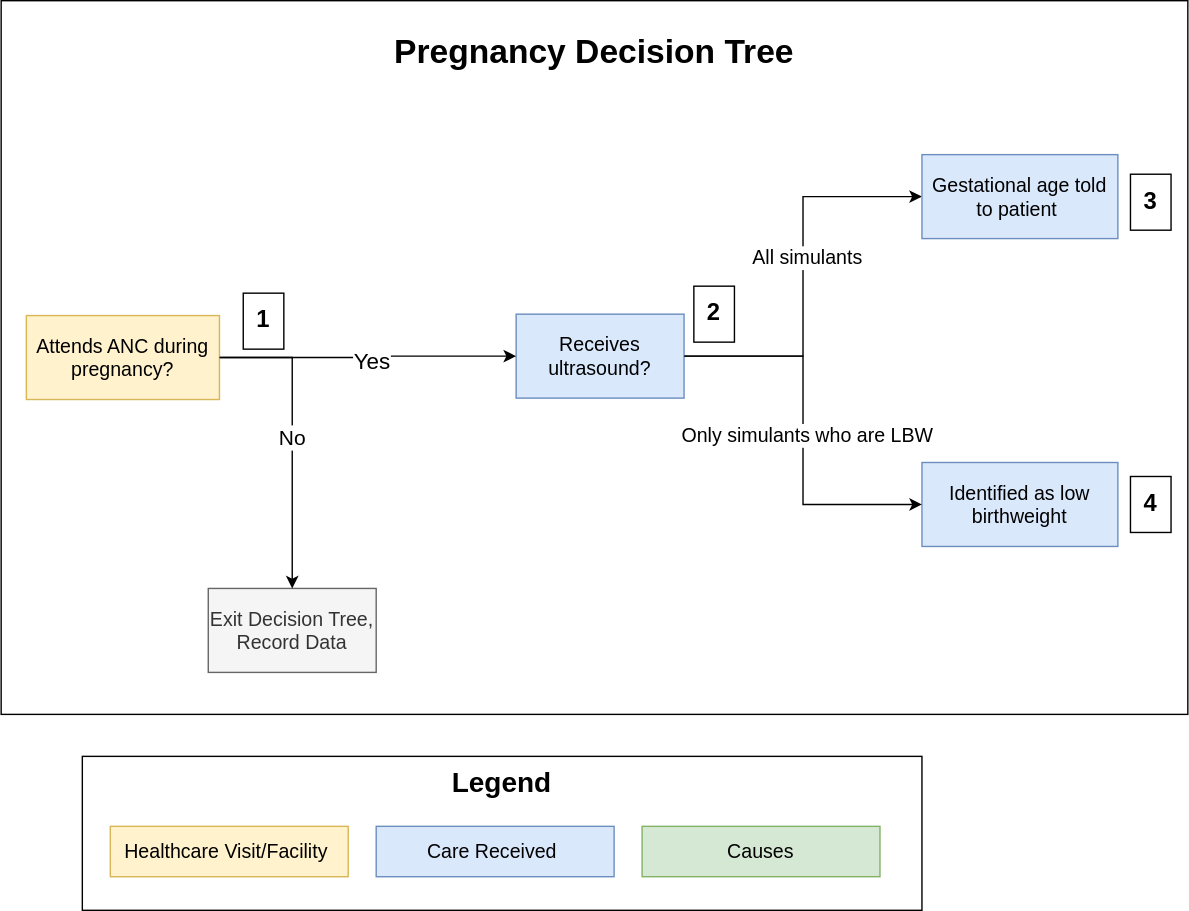
This is docs/source/models/concept_models/vivarium_mncnh_portfolio/pregnancy_decision_tree_vr.svg from ihmeuw/vivarium_research, a draw.io export, as it was before one commit. Source tidied: cells renumbered, new cells last; positions are measured from the earlier drawing's top-left corner, leaving out a move shared by most shapes.
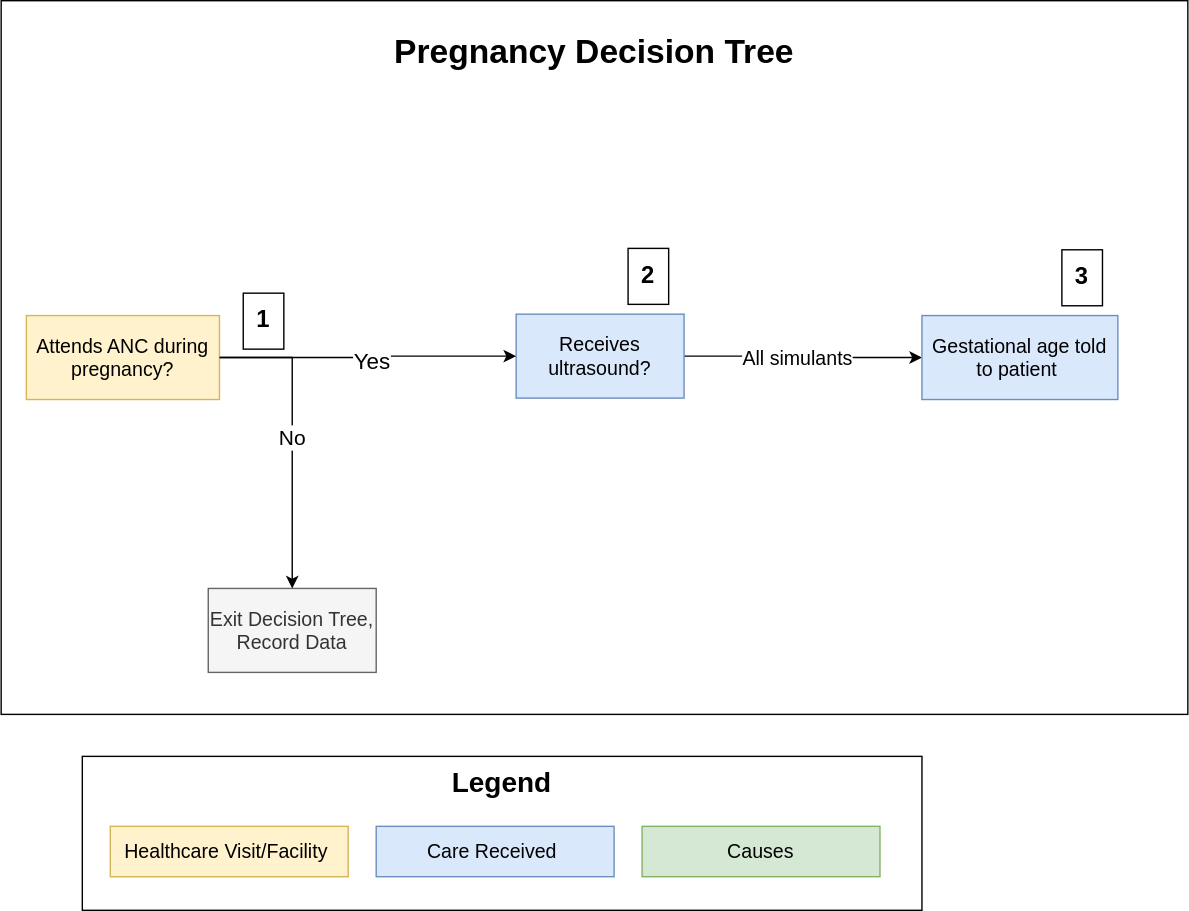
Above is the later version.

Commit message:
Update concept model diagram accordingly

Diff of the diagram source:
```diff
@@ -9,7 +9,9 @@
       <mxGeometry relative="1" as="geometry" />
     </mxCell>
     <mxCell id="4" value="&lt;font style=&quot;font-size: 14px;&quot;&gt;All simulants&lt;/font&gt;" style="edgeLabel;html=1;align=center;verticalAlign=middle;" parent="3" vertex="1">
-      <mxGeometry x="0.1" y="-2" relative="1" as="geometry" />
+      <mxGeometry x="0.1" y="-2" relative="1" as="geometry">
+        <mxPoint x="-13" y="-2" as="offset" />
+      </mxGeometry>
     </mxCell>
     <mxCell id="5" value="&lt;font style=&quot;font-size: 14px;&quot;&gt;Receives ultrasound?&lt;/font&gt;" style="whiteSpace=wrap;html=1;hachureGap=4;fontFamily=Helvetica;fillColor=#dae8fc;strokeColor=#6c8ebf;" parent="1" vertex="1">
       <mxGeometry x="368" y="224" width="120" height="60" as="geometry" />
@@ -26,11 +28,8 @@
       <mxGeometry x="18" y="225" width="138" height="60" as="geometry" />
     </mxCell>
     <mxCell id="9" value="&lt;font style=&quot;font-size: 14px;&quot;&gt;Gestational age told to patient&amp;nbsp;&lt;/font&gt;" style="whiteSpace=wrap;html=1;hachureGap=4;fontFamily=Helvetica;fillColor=#dae8fc;strokeColor=#6c8ebf;" parent="1" vertex="1">
-      <mxGeometry x="658" y="110" width="140" height="60" as="geometry" />
+      <mxGeometry x="658" y="225" width="140" height="60" as="geometry" />
     </mxCell>
-    <mxCell id="10" value="&lt;font style=&quot;font-size: 14px;&quot;&gt;Identified as low birthweight&lt;/font&gt;" style="whiteSpace=wrap;html=1;hachureGap=4;fontFamily=Helvetica;fillColor=#dae8fc;strokeColor=#6c8ebf;" parent="1" vertex="1">
-      <mxGeometry x="658" y="330" width="140" height="60" as="geometry" />
-    </mxCell>
     <mxCell id="11" value="&lt;font style=&quot;font-size: 14px;&quot;&gt;Exit Decision Tree, Record Data&lt;/font&gt;" style="whiteSpace=wrap;html=1;hachureGap=4;fontFamily=Helvetica;fillColor=#f5f5f5;strokeColor=#666666;fontColor=#333333;" parent="1" vertex="1">
       <mxGeometry x="148" y="420" width="120" height="60" as="geometry" />
     </mxCell>
@@ -43,21 +42,12 @@
     <mxCell id="14" value="&lt;b&gt;&lt;font style=&quot;font-size: 17px;&quot;&gt;1&lt;/font&gt;&lt;/b&gt;" style="whiteSpace=wrap;html=1;hachureGap=4;fontFamily=Helvetica;" parent="1" vertex="1">
       <mxGeometry x="173" y="209" width="29" height="40" as="geometry" />
     </mxCell>
-    <mxCell id="15" style="edgeStyle=orthogonalEdgeStyle;rounded=0;jettySize=auto;html=1;entryX=0;entryY=0.5;entryDx=0;entryDy=0;exitX=1;exitY=0.5;exitDx=0;exitDy=0;" parent="1" edge="1" source="5" target="10">
-      <mxGeometry relative="1" as="geometry" />
-    </mxCell>
-    <mxCell id="16" value="&lt;font style=&quot;font-size: 14px;&quot;&gt;Only simulants who are LBW&lt;/font&gt;" style="edgeLabel;html=1;align=center;verticalAlign=middle;" parent="15" vertex="1">
-      <mxGeometry x="0.03" y="2" relative="1" as="geometry" />
-    </mxCell>
     <mxCell id="17" value="&lt;span style=&quot;font-size: 17px;&quot;&gt;&lt;b&gt;2&lt;/b&gt;&lt;/span&gt;" style="whiteSpace=wrap;html=1;hachureGap=4;fontFamily=Helvetica;" parent="1" vertex="1">
-      <mxGeometry x="495" y="204" width="29" height="40" as="geometry" />
+      <mxGeometry x="448" y="177" width="29" height="40" as="geometry" />
     </mxCell>
     <mxCell id="18" value="&lt;span style=&quot;font-size: 17px;&quot;&gt;&lt;b&gt;3&lt;/b&gt;&lt;/span&gt;" style="whiteSpace=wrap;html=1;hachureGap=4;fontFamily=Helvetica;" parent="1" vertex="1">
-      <mxGeometry x="807" y="124" width="29" height="40" as="geometry" />
+      <mxGeometry x="758" y="178" width="29" height="40" as="geometry" />
     </mxCell>
-    <mxCell id="19" value="&lt;span style=&quot;font-size: 17px;&quot;&gt;&lt;b&gt;4&lt;/b&gt;&lt;/span&gt;" style="whiteSpace=wrap;html=1;hachureGap=4;fontFamily=Helvetica;" parent="1" vertex="1">
-      <mxGeometry x="807" y="340" width="29" height="40" as="geometry" />
-    </mxCell>
     <mxCell id="20" value="&lt;div&gt;&lt;font style=&quot;&quot; size=&quot;1&quot;&gt;&lt;b style=&quot;font-size: 20px;&quot;&gt;Legend&lt;/b&gt;&lt;/font&gt;&lt;/div&gt;" style="whiteSpace=wrap;html=1;hachureGap=4;fontFamily=Helvetica;horizontal=1;verticalAlign=top;" parent="1" vertex="1">
       <mxGeometry x="58" y="540" width="600" height="110" as="geometry" />
     </mxCell>
```
